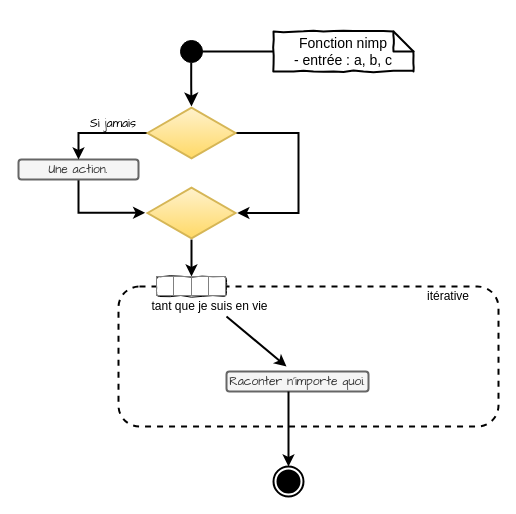
This is diagrames_types/fonction.drawio from deadLocks21/C.A.R.O., a draw.io file, before an edit. Source tidied: cells renumbered, new cells numbered last; positions are measured from the earlier drawing's top-left corner, leaving out a move shared by most shapes. Both pictures are drawn from the tidied source at 100%, with x=0, y=0 at pixel (18, 31).
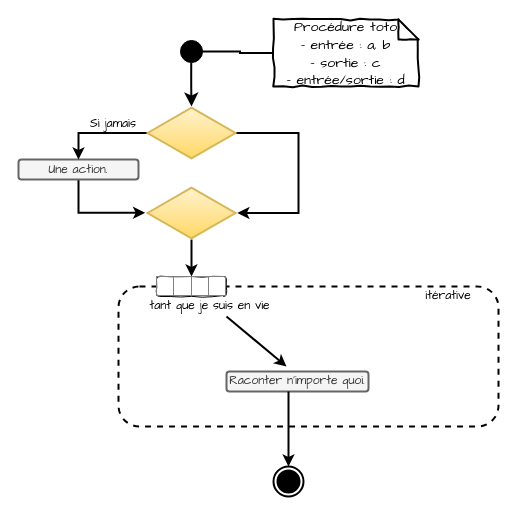
Above is the later version.

Commit message (it also covers changes not shown here):
Diagrame type d'une procédure.

What changed in the source:
```diff
@@
-    <mxCell id="15" value="itérative" style="text;html=1;strokeColor=none;fillColor=none;align=center;verticalAlign=middle;whiteSpace=wrap;rounded=0;shadow=0;glass=0;comic=1;" parent="1" vertex="1">
+    <mxCell id="15" value="itérative" style="text;html=1;strokeColor=none;fillColor=none;align=center;verticalAlign=middle;whiteSpace=wrap;rounded=0;shadow=0;glass=0;comic=1;fontFamily=Comic Sans MS;" parent="1" vertex="1">
       <mxGeometry x="410" y="255" width="40" height="20" as="geometry" />
     </mxCell>
-    <mxCell id="16" value="tant que je suis en vie" style="text;html=1;strokeColor=none;fillColor=none;align=center;verticalAlign=middle;whiteSpace=wrap;rounded=0;shadow=0;glass=0;comic=1;" parent="1" vertex="1">
+    <mxCell id="16" value="tant que je suis en vie" style="text;html=1;strokeColor=none;fillColor=none;align=center;verticalAlign=middle;whiteSpace=wrap;rounded=0;shadow=0;glass=0;comic=1;fontFamily=Comic Sans MS;" parent="1" vertex="1">
       <mxGeometry x="128" y="265" width="127" height="20" as="geometry" />
     </mxCell>
-    <mxCell id="17" value="&lt;font face=&quot;Comic Sans MS&quot;&gt;Raconter n'importe quoi.&lt;/font&gt;" style="rounded=1;whiteSpace=wrap;html=1;strokeColor=#666666;strokeWidth=2;fillColor=#f5f5f5;fontColor=#333333;" parent="1" vertex="1">
+    <mxCell id="17" value="&lt;font&gt;Raconter n'importe quoi.&lt;/font&gt;" style="rounded=1;whiteSpace=wrap;html=1;strokeColor=#666666;strokeWidth=2;fillColor=#f5f5f5;fontColor=#333333;fontFamily=Comic Sans MS;" parent="1" vertex="1">
       <mxGeometry x="208" y="340" width="142" height="20" as="geometry" />
     </mxCell>
@@
-    <mxCell id="21" value="&lt;div&gt;Fonction nimp&lt;/div&gt;&lt;div&gt;- entrée : a, b, c&lt;/div&gt;" style="shape=note;strokeWidth=2;fontSize=14;size=20;whiteSpace=wrap;html=1;rounded=1;shadow=0;glass=0;comic=1;fillColor=#FFFFFF;gradientColor=none;" parent="1" vertex="1">
-      <mxGeometry x="255" width="140" height="40" as="geometry" />
+    <mxCell id="21" value="&lt;div&gt;&lt;font face=&quot;Comic Sans MS&quot;&gt;Procédure toto&lt;/font&gt;&lt;/div&gt;&lt;div&gt;&lt;font face=&quot;Comic Sans MS&quot;&gt;- entrée : a, b&lt;/font&gt;&lt;/div&gt;&lt;div&gt;&lt;font face=&quot;Comic Sans MS&quot;&gt;- sortie : c&lt;/font&gt;&lt;/div&gt;&lt;div&gt;&lt;font face=&quot;Comic Sans MS&quot;&gt;- entrée/sortie : d&lt;/font&gt;&lt;/div&gt;" style="shape=note;strokeWidth=2;fontSize=14;size=20;whiteSpace=wrap;html=1;rounded=1;shadow=0;glass=0;comic=1;fillColor=#FFFFFF;gradientColor=none;" parent="1" vertex="1">
+      <mxGeometry x="255" y="-12" width="145" height="67" as="geometry" />
     </mxCell>
```
